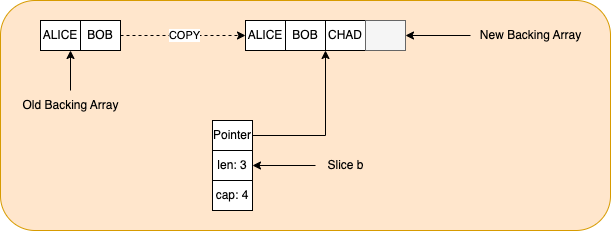
Earlier version of the draw.io export slices/images/slice-backing-array-copy-4.png (songx23/golang-present). Source tidied: cells renumbered, new cells last; positions are measured from the earlier drawing's top-left corner, leaving out a move shared by most shapes.
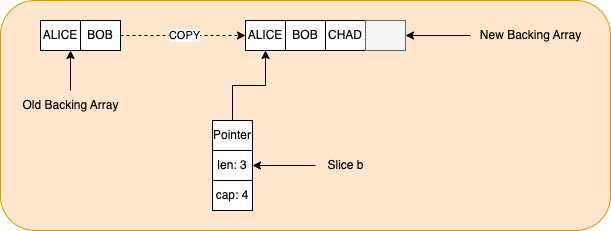
Later version of the same file.

Diff of the diagram source:
```diff
@@ -11,7 +11,7 @@
     <mxCell id="4" value="Old Backing Array" style="text;html=1;align=center;verticalAlign=middle;points=[];strokeColor=none;fillColor=none;" parent="1" vertex="1">
       <mxGeometry x="10" y="90" width="120" height="30" as="geometry" />
     </mxCell>
-    <mxCell id="5" style="edgeStyle=orthogonalEdgeStyle;rounded=0;jettySize=auto;html=1;exitX=1;exitY=0.5;exitDx=0;exitDy=0;entryX=0;entryY=1;entryDx=0;entryDy=0;" parent="1" edge="1" source="6" target="17">
+    <mxCell id="5" style="edgeStyle=orthogonalEdgeStyle;rounded=0;jettySize=auto;html=1;entryX=0.5;entryY=1;entryDx=0;entryDy=0;" parent="1" edge="1" source="6" target="16">
       <mxGeometry relative="1" as="geometry" />
     </mxCell>
     <mxCell id="6" value="Pointer" style="rounded=0;whiteSpace=wrap;html=1;" parent="1" vertex="1">
```
